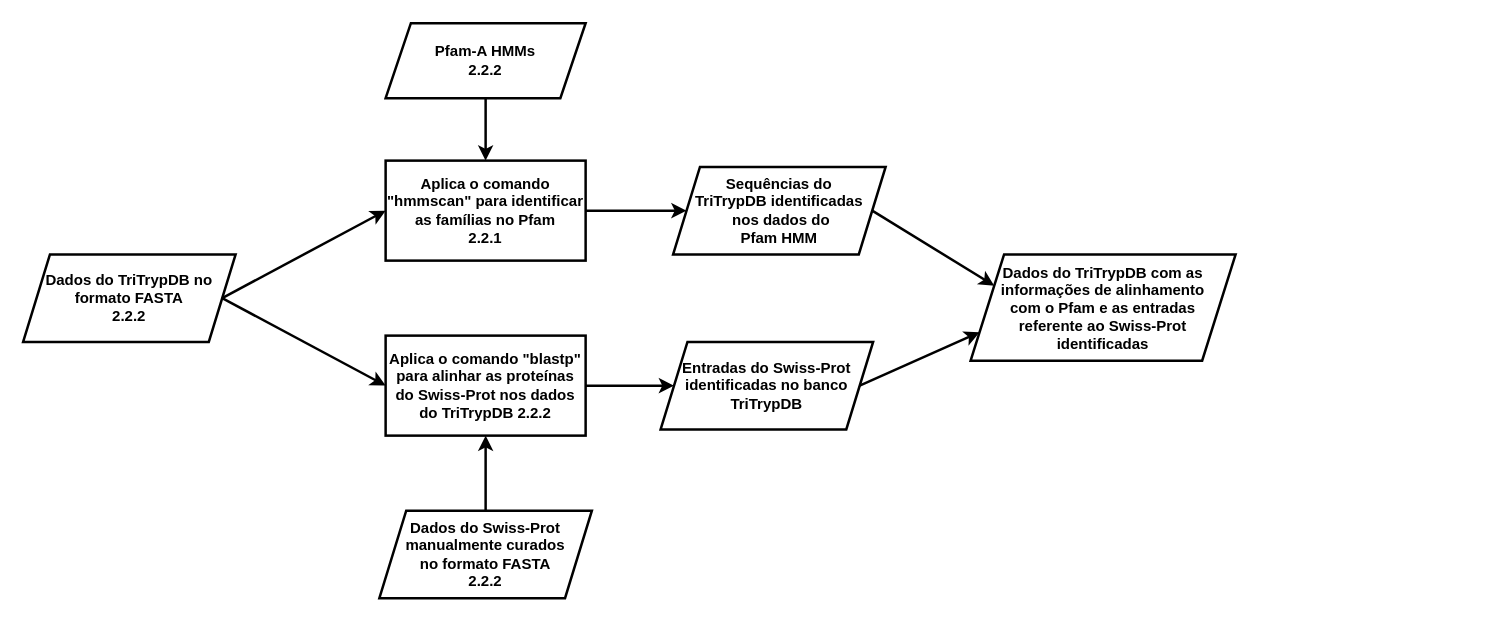
Above: src/diagrama_dados.drawio in msreis/Multiresolution-nuclear-protein-classifier (draw.io), before the change. Source tidied: cells renumbered, new cells numbered last; positions are measured from the earlier drawing's top-left corner, leaving out a move shared by most shapes. Both pictures are drawn from the tidied source at 125%, with x=0, y=0 at pixel (22, 22).
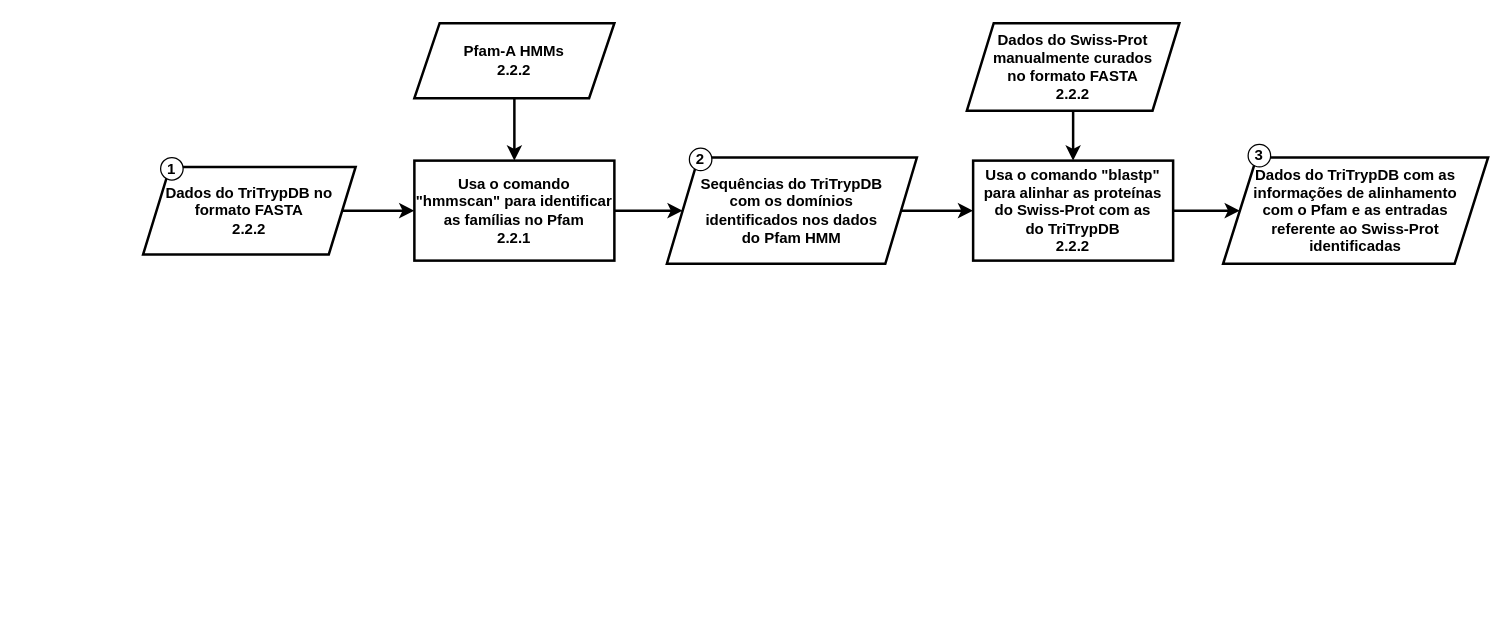
The same diagram, later.

Change to the diagram source:
```diff
@@
 <mxGraphModel>
   <root>
     <mxCell id="0" />
     <mxCell id="1" parent="0" />
     <mxCell id="2" value="&lt;b&gt;Dados do TriTrypDB no formato FASTA&lt;br&gt;2.2.2&lt;br&gt;&lt;/b&gt;" style="shape=parallelogram;perimeter=parallelogramPerimeter;whiteSpace=wrap;html=1;strokeWidth=2;fillColor=#ffffff;fontSize=12;size=0.12631578947368421;" parent="1" vertex="1">
-      <mxGeometry y="185" width="170" height="70" as="geometry" />
+      <mxGeometry x="96" y="115" width="170" height="70" as="geometry" />
     </mxCell>
     <mxCell id="3" style="endArrow=classic;html=1;fontSize=12;exitX=1;exitY=0.5;exitDx=0;exitDy=0;entryX=0;entryY=0.5;entryDx=0;entryDy=0;strokeWidth=2;" parent="1" edge="1" source="2" target="14">
       <mxGeometry relative="1" as="geometry" />
     </mxCell>
     <mxCell id="4" style="endArrow=classic;html=1;fontSize=12;entryX=0;entryY=0.5;entryDx=0;entryDy=0;strokeWidth=2;exitX=1;exitY=0.5;exitDx=0;exitDy=0;" parent="1" edge="1" source="14" target="5">
       <mxGeometry relative="1" as="geometry" />
     </mxCell>
-    <mxCell id="5" value="&lt;b&gt;Sequências do&lt;br&gt;TriTrypDB identificadas&lt;br&gt;&amp;nbsp;nos dados do&lt;br&gt;Pfam HMM&lt;br&gt;&lt;/b&gt;" style="shape=parallelogram;perimeter=parallelogramPerimeter;whiteSpace=wrap;html=1;strokeWidth=2;fillColor=#ffffff;fontSize=12;size=0.12631578947368421;" parent="1" vertex="1">
-      <mxGeometry x="520" y="115" width="170" height="70" as="geometry" />
+    <mxCell id="5" value="&lt;b&gt;Sequências do TriTrypDB &lt;br&gt;com os domínios identificados&amp;nbsp;nos dados&lt;br&gt;do Pfam HMM&lt;br&gt;&lt;/b&gt;" style="shape=parallelogram;perimeter=parallelogramPerimeter;whiteSpace=wrap;html=1;strokeWidth=2;fillColor=#ffffff;fontSize=12;size=0.12631578947368421;" parent="1" vertex="1">
+      <mxGeometry x="515" y="107.5" width="200" height="85" as="geometry" />
     </mxCell>
     <mxCell id="6" value="&lt;b&gt;Pfam-A HMMs&lt;br&gt;2.2.2&lt;br&gt;&lt;/b&gt;" style="shape=parallelogram;perimeter=parallelogramPerimeter;whiteSpace=wrap;html=1;strokeWidth=2;fillColor=#ffffff;fontSize=12;size=0.12631578947368421;" parent="1" vertex="1">
-      <mxGeometry x="290" width="160" height="60" as="geometry" />
+      <mxGeometry x="313" width="160" height="60" as="geometry" />
     </mxCell>
     <mxCell id="7" style="endArrow=classic;html=1;strokeWidth=2;fontSize=12;exitX=0.5;exitY=1;exitDx=0;exitDy=0;" parent="1" edge="1" source="6" target="14">
       <mxGeometry relative="1" as="geometry" />
     </mxCell>
     <mxCell id="8" value="&lt;b&gt;Dados do Swiss-Prot manualmente curados&lt;br&gt;no formato FASTA&lt;br&gt;2.2.2&lt;br&gt;&lt;/b&gt;" style="shape=parallelogram;perimeter=parallelogramPerimeter;whiteSpace=wrap;html=1;strokeWidth=2;fillColor=#ffffff;fontSize=12;size=0.12631578947368421;" parent="1" vertex="1">
-      <mxGeometry x="285" y="390" width="170" height="70" as="geometry" />
+      <mxGeometry x="755" width="170" height="70" as="geometry" />
     </mxCell>
-    <mxCell id="9" style="endArrow=classic;html=1;fontSize=12;exitX=0.5;exitY=0;exitDx=0;exitDy=0;entryX=0.5;entryY=1;entryDx=0;entryDy=0;strokeWidth=2;" parent="1" edge="1" source="8" target="10">
+    <mxCell id="9" style="endArrow=classic;html=1;fontSize=12;exitX=0.5;exitY=1;exitDx=0;exitDy=0;entryX=0.5;entryY=0;entryDx=0;entryDy=0;strokeWidth=2;" parent="1" edge="1" source="8" target="10">
       <mxGeometry relative="1" as="geometry" />
     </mxCell>
-    <mxCell id="10" value="&lt;b&gt;Aplica o comando &quot;blastp&quot; para alinhar as proteínas&lt;br&gt;do Swiss-Prot nos dados do TriTrypDB 2.2.2&lt;br&gt;&lt;/b&gt;" style="rounded=0;whiteSpace=wrap;html=1;fontSize=12;fillColor=#ffffff;strokeWidth=2;" parent="1" vertex="1">
-      <mxGeometry x="290" y="250" width="160" height="80" as="geometry" />
+    <mxCell id="10" value="&lt;b&gt;Usa o comando &quot;blastp&quot; para alinhar as proteínas&lt;br&gt;do Swiss-Prot com as&lt;br&gt;do TriTrypDB&lt;br&gt;2.2.2&lt;br&gt;&lt;/b&gt;" style="rounded=0;whiteSpace=wrap;html=1;fontSize=12;fillColor=#ffffff;strokeWidth=2;" parent="1" vertex="1">
+      <mxGeometry x="760" y="110" width="160" height="80" as="geometry" />
     </mxCell>
-    <mxCell id="11" style="endArrow=classic;html=1;fontSize=12;exitX=1;exitY=0.5;exitDx=0;exitDy=0;entryX=0;entryY=0.5;entryDx=0;entryDy=0;strokeWidth=2;" parent="1" edge="1" source="2" target="10">
+    <mxCell id="11" style="endArrow=classic;html=1;fontSize=12;entryX=0;entryY=0.5;entryDx=0;entryDy=0;strokeWidth=2;exitX=1;exitY=0.5;exitDx=0;exitDy=0;" parent="1" edge="1" source="5" target="10">
       <mxGeometry relative="1" as="geometry" />
     </mxCell>
-    <mxCell id="12" style="endArrow=classic;html=1;fontSize=12;strokeWidth=2;exitX=1;exitY=0.5;exitDx=0;exitDy=0;entryX=0;entryY=0.5;entryDx=0;entryDy=0;" parent="1" edge="1" source="10" target="13">
+    <mxCell id="12" style="endArrow=classic;html=1;fontSize=12;strokeWidth=2;exitX=1;exitY=0.5;exitDx=0;exitDy=0;entryX=0;entryY=0.5;entryDx=0;entryDy=0;" parent="1" edge="1" source="10" target="17">
       <mxGeometry relative="1" as="geometry" />
     </mxCell>
-    <mxCell id="13" value="&lt;b&gt;Entradas do Swiss-Prot identificadas no banco TriTrypDB&lt;br&gt;&lt;/b&gt;" style="shape=parallelogram;perimeter=parallelogramPerimeter;whiteSpace=wrap;html=1;strokeWidth=2;fillColor=#ffffff;fontSize=12;size=0.12631578947368421;" parent="1" vertex="1">
-      <mxGeometry x="510" y="255" width="170" height="70" as="geometry" />
-    </mxCell>
-    <mxCell id="14" value="&lt;b&gt;Aplica o comando &quot;hmmscan&quot; para identificar as famílias no Pfam&lt;br&gt;2.2.1&lt;/b&gt;&lt;b&gt;&lt;br&gt;&lt;/b&gt;" style="rounded=0;whiteSpace=wrap;html=1;fontSize=12;fillColor=#ffffff;strokeWidth=2;" parent="1" vertex="1">
-      <mxGeometry x="290" y="110" width="160" height="80" as="geometry" />
+    <mxCell id="14" value="&lt;b&gt;Usa o comando &quot;hmmscan&quot; para identificar as famílias no Pfam&lt;br&gt;2.2.1&lt;/b&gt;&lt;b&gt;&lt;br&gt;&lt;/b&gt;" style="rounded=0;whiteSpace=wrap;html=1;fontSize=12;fillColor=#ffffff;strokeWidth=2;" parent="1" vertex="1">
+      <mxGeometry x="313" y="110" width="160" height="80" as="geometry" />
     </mxCell>
-    <mxCell id="15" style="endArrow=classic;html=1;fontSize=12;exitX=1;exitY=0.5;exitDx=0;exitDy=0;strokeWidth=2;entryX=0;entryY=0.25;entryDx=0;entryDy=0;" parent="1" edge="1" source="5" target="17">
-      <mxGeometry relative="1" as="geometry" />
-    </mxCell>
-    <mxCell id="16" style="endArrow=classic;html=1;fontSize=12;exitX=1;exitY=0.5;exitDx=0;exitDy=0;strokeWidth=2;entryX=0;entryY=0.75;entryDx=0;entryDy=0;" parent="1" edge="1" source="13" target="17">
-      <mxGeometry relative="1" as="geometry" />
-    </mxCell>
     <mxCell id="17" value="&lt;b&gt;Dados do TriTrypDB com&amp;nbsp;&lt;/b&gt;&lt;b&gt;as informações de alinhamento&lt;br&gt;com o Pfam e as&amp;nbsp;&lt;/b&gt;&lt;b&gt;entradas&lt;br&gt;referente ao Swiss-Prot identificadas&lt;br&gt;&lt;/b&gt;" style="shape=parallelogram;perimeter=parallelogramPerimeter;whiteSpace=wrap;html=1;strokeWidth=2;fillColor=#ffffff;fontSize=12;size=0.12631578947368421;" parent="1" vertex="1">
-      <mxGeometry x="758" y="185" width="212" height="85" as="geometry" />
+      <mxGeometry x="960" y="107.5" width="212" height="85" as="geometry" />
     </mxCell>
+    <mxCell id="18" value="&lt;b&gt;1&lt;/b&gt;" style="ellipse;whiteSpace=wrap;html=1;" parent="1" vertex="1">
+      <mxGeometry x="110" y="107.5" width="18" height="18" as="geometry" />
+    </mxCell>
+    <mxCell id="19" value="&lt;b&gt;2&lt;/b&gt;" style="ellipse;whiteSpace=wrap;html=1;" parent="1" vertex="1">
+      <mxGeometry x="533" y="100" width="18" height="18" as="geometry" />
+    </mxCell>
+    <mxCell id="20" value="&lt;b&gt;3&lt;/b&gt;" style="ellipse;whiteSpace=wrap;html=1;" parent="1" vertex="1">
+      <mxGeometry x="980" y="97" width="18" height="18" as="geometry" />
+    </mxCell>
   </root>
 </mxGraphModel>
```
